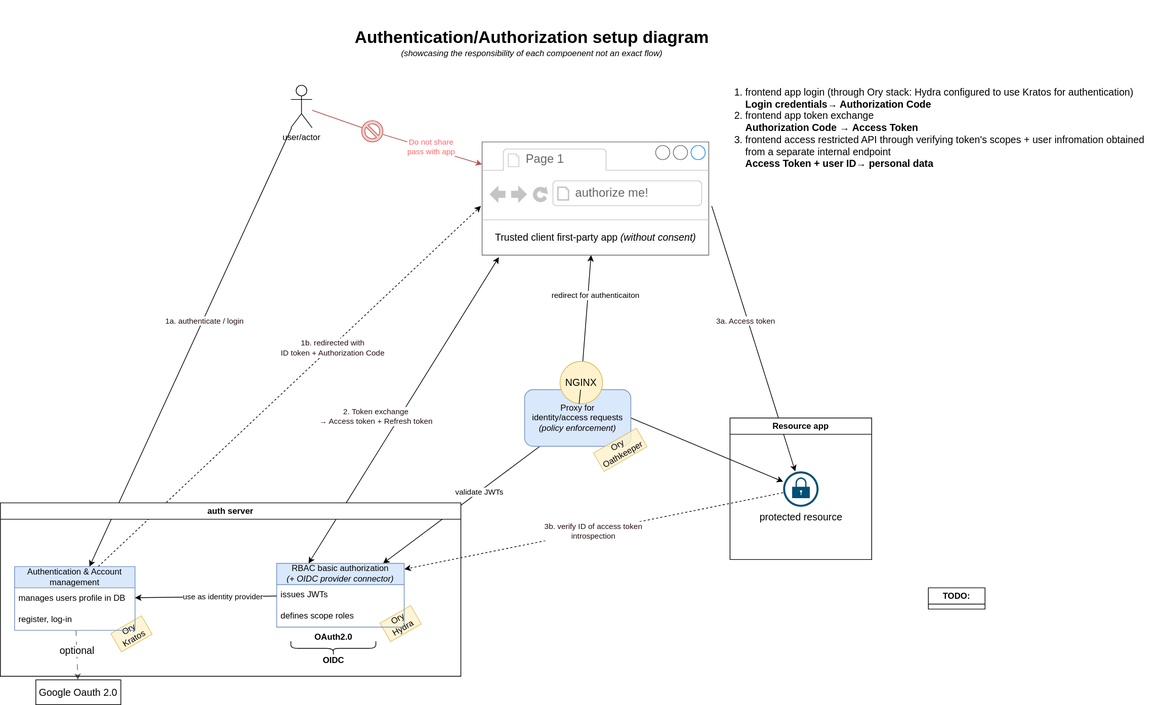
The draw.io diagram docs/OIDC.drawio.svg in szn-app/donation-web-platform, before a commit. Source tidied: cells renumbered, new cells last; positions are measured from the earlier drawing's top-left corner, leaving out a move shared by most shapes.
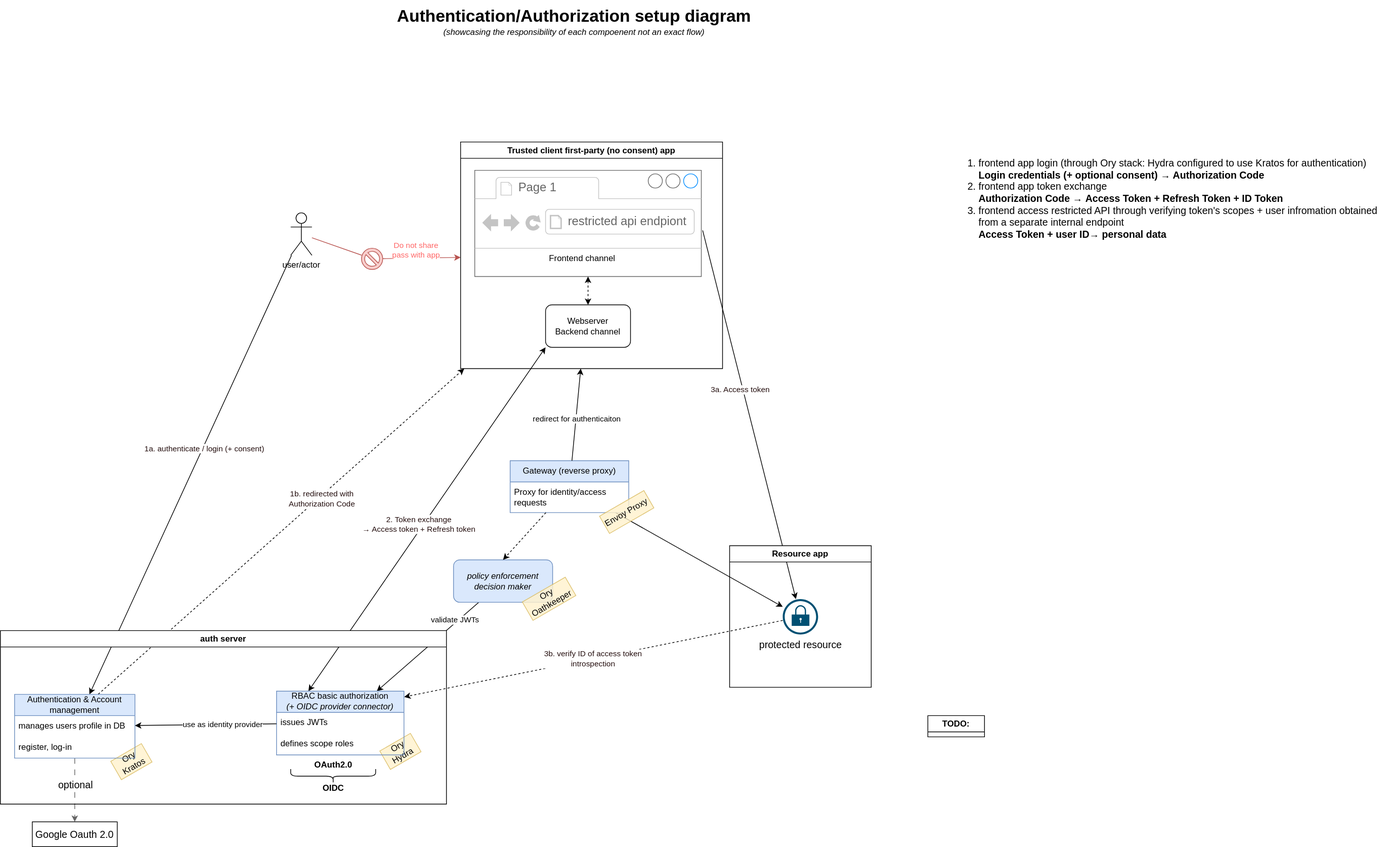
After the commit.

Commit message:
docs: diagram for Envoy Proxy with Hydra as decision maker

The edit, as a diff of the source:
```diff
@@ -6,17 +6,11 @@
       <mxGeometry relative="1" as="geometry" />
     </mxCell>
     <mxCell id="3" value="validate JWTs" style="edgeLabel;html=1;align=center;verticalAlign=middle;" parent="2" vertex="1">
-      <mxGeometry x="-0.22" relative="1" as="geometry" />
+      <mxGeometry x="-0.22" relative="1" as="geometry">
+        <mxPoint x="22" y="-25" as="offset" />
+      </mxGeometry>
     </mxCell>
-    <mxCell id="4" style="edgeStyle=none;html=1;startArrow=none;" parent="1" edge="1" source="32" target="17">
-      <mxGeometry relative="1" as="geometry" />
-    </mxCell>
-    <mxCell id="5" value="redirect for authenticaiton" style="edgeLabel;html=1;align=center;verticalAlign=middle;" parent="4" vertex="1">
-      <mxGeometry x="0.24" y="-2" relative="1" as="geometry">
-        <mxPoint x="8" y="-1" as="offset" />
-      </mxGeometry>
-    </mxCell>
-    <mxCell id="6" style="edgeStyle=none;html=1;fontSize=14;exitX=1;exitY=0.5;exitDx=0;exitDy=0;" parent="1" edge="1" source="30" target="54">
+    <mxCell id="6" style="edgeStyle=none;html=1;fontSize=14;" parent="1" edge="1" source="62" target="54">
       <mxGeometry relative="1" as="geometry" />
     </mxCell>
     <mxCell id="7" value="TODO:" style="swimlane;whiteSpace=wrap;html=1;" parent="1" vertex="1" collapsed="1">
@@ -28,7 +22,7 @@
     <mxCell id="9" value="optional" style="edgeLabel;html=1;align=center;verticalAlign=middle;fontSize=14;" parent="8" vertex="1">
       <mxGeometry x="-0.18" relative="1" as="geometry" />
     </mxCell>
-    <mxCell id="10" style="edgeStyle=none;html=1;fontSize=14;fontColor=#FF6666;fillColor=#f8cecc;strokeColor=#b85450;startArrow=none;" parent="1" edge="1" source="35" target="17">
+    <mxCell id="10" style="edgeStyle=none;html=1;fontSize=14;fontColor=#FF6666;fillColor=#f8cecc;strokeColor=#b85450;startArrow=none;" parent="1" edge="1" source="35" target="56">
       <mxGeometry relative="1" as="geometry" />
     </mxCell>
     <mxCell id="11" value="Do not share &lt;br&gt;pass with app" style="edgeLabel;html=1;align=center;verticalAlign=middle;fontColor=#FF6666;" parent="10" vertex="1">
@@ -39,73 +33,58 @@
     <mxCell id="12" style="edgeStyle=none;html=1;fontColor=#FF6666;" parent="1" edge="1" source="14" target="39">
       <mxGeometry relative="1" as="geometry" />
     </mxCell>
-    <mxCell id="13" value="&lt;font color=&quot;#240e0e&quot;&gt;1a. authenticate / login&lt;/font&gt;" style="edgeLabel;html=1;align=center;verticalAlign=middle;fontColor=#FF6666;" parent="12" vertex="1">
+    <mxCell id="13" value="&lt;font color=&quot;#240e0e&quot;&gt;1a. authenticate / login (+ consent)&lt;/font&gt;" style="edgeLabel;html=1;align=center;verticalAlign=middle;fontColor=#FF6666;" parent="12" vertex="1">
       <mxGeometry x="-0.12" y="1" relative="1" as="geometry" />
     </mxCell>
     <mxCell id="14" value="user/actor" style="shape=umlActor;verticalLabelPosition=bottom;verticalAlign=top;html=1;outlineConnect=0;" parent="1" vertex="1">
       <mxGeometry x="410" y="120" width="30" height="60" as="geometry" />
     </mxCell>
     <mxCell id="15" value="&lt;b&gt;&lt;font style=&quot;font-size: 24px;&quot;&gt;Authentication/Authorization setup diagram&lt;/font&gt;&lt;/b&gt; &lt;br&gt;&lt;i&gt;(showcasing the responsibility of each compoenent not an exact flow)&lt;/i&gt;" style="text;html=1;align=center;verticalAlign=middle;strokeColor=none;fillColor=none;" parent="1" vertex="1">
-      <mxGeometry x="490" y="30" width="520" height="60" as="geometry" />
+      <mxGeometry x="550" y="-180" width="520" height="60" as="geometry" />
     </mxCell>
     <mxCell id="16" value="Google Oauth 2.0" style="rounded=0;whiteSpace=wrap;html=1;fontSize=14;" parent="1" vertex="1">
-      <mxGeometry x="50" y="960" width="120" height="35" as="geometry" />
+      <mxGeometry x="45" y="980" width="120" height="35" as="geometry" />
     </mxCell>
-    <mxCell id="17" style="strokeWidth=1;shadow=0;dashed=0;align=center;html=1;shape=mxgraph.mockup.containers.browserWindow;rSize=0;strokeColor=#666666;strokeColor2=#008cff;strokeColor3=#c4c4c4;mainText=,;fontSize=14;" parent="1" vertex="1">
-      <mxGeometry x="680" y="200" width="320" height="160" as="geometry" />
-    </mxCell>
-    <mxCell id="18" value="Page 1" style="strokeWidth=1;shadow=0;dashed=0;align=center;html=1;shape=mxgraph.mockup.containers.anchor;fontSize=17;fontColor=#666666;align=left;" parent="17" vertex="1">
-      <mxGeometry x="60" y="12" width="110" height="26" as="geometry" />
-    </mxCell>
-    <mxCell id="19" value="authorize me!" style="strokeWidth=1;shadow=0;dashed=0;align=center;html=1;shape=mxgraph.mockup.containers.anchor;rSize=0;fontSize=17;fontColor=#666666;align=left;" parent="17" vertex="1">
-      <mxGeometry x="130" y="60" width="190" height="26" as="geometry" />
-    </mxCell>
-    <mxCell id="20" value="&lt;span style=&quot;color: rgb(0, 0, 0); font-family: Helvetica; font-size: 14px; font-style: normal; font-variant-ligatures: normal; font-variant-caps: normal; font-weight: 400; letter-spacing: normal; orphans: 2; text-align: center; text-indent: 0px; text-transform: none; widows: 2; word-spacing: 0px; -webkit-text-stroke-width: 0px; background-color: rgb(251, 251, 251); text-decoration-thickness: initial; text-decoration-style: initial; text-decoration-color: initial; float: none; display: inline !important;&quot;&gt;Trusted client first-party app &lt;/span&gt;&lt;span style=&quot;color: rgb(0, 0, 0); font-family: Helvetica; font-size: 14px; font-variant-ligatures: normal; font-variant-caps: normal; font-weight: 400; letter-spacing: normal; orphans: 2; text-align: center; text-indent: 0px; text-transform: none; widows: 2; word-spacing: 0px; -webkit-text-stroke-width: 0px; background-color: rgb(251, 251, 251); text-decoration-thickness: initial; text-decoration-style: initial; text-decoration-color: initial; float: none; display: inline !important;&quot;&gt;&lt;i&gt;(without consent)&lt;/i&gt;&lt;/span&gt;" style="text;html=1;align=center;verticalAlign=middle;strokeColor=none;fillColor=none;fontSize=14;" parent="17" vertex="1">
-      <mxGeometry x="5" y="120" width="310" height="30" as="geometry" />
-    </mxCell>
     <mxCell id="21" value="3b. verify ID of access token&lt;br&gt;introspection" style="html=1;fontColor=#240E0E;startArrow=none;startFill=0;entryX=1.002;entryY=0.09;entryDx=0;entryDy=0;entryPerimeter=0;dashed=1;" parent="1" edge="1" source="54" target="45">
       <mxGeometry relative="1" as="geometry" />
     </mxCell>
-    <mxCell id="22" value="&lt;ol&gt;&lt;li&gt;frontend app login (through Ory stack: Hydra configured to use Kratos for authentication)&amp;nbsp;&amp;nbsp;&lt;br&gt;&lt;b&gt;Login credentials→ Authorization Code&lt;/b&gt;&lt;br&gt;&lt;/li&gt;&lt;li&gt;frontend app token exchange&lt;br&gt;&lt;b&gt;Authorization Code&amp;nbsp;→&amp;nbsp;Access Token&lt;/b&gt;&lt;br&gt;&lt;/li&gt;&lt;li&gt;frontend access restricted API through verifying token's scopes + user infromation obtained from a separate internal endpoint&lt;br&gt;&lt;b&gt;Access Token + user ID→ personal data&lt;/b&gt;&lt;/li&gt;&lt;/ol&gt;" style="text;strokeColor=none;fillColor=none;html=1;whiteSpace=wrap;verticalAlign=middle;overflow=hidden;rounded=1;shadow=0;glass=0;sketch=0;fontSize=14;" parent="1" vertex="1">
-      <mxGeometry x="1010" width="625" height="360" as="geometry" />
+    <mxCell id="22" value="&lt;ol&gt;&lt;li&gt;frontend app login (through Ory stack: Hydra configured to use Kratos for authentication)&amp;nbsp;&amp;nbsp;&lt;br&gt;&lt;b&gt;Login credentials (+ optional consent) → Authorization Code&lt;/b&gt;&lt;br&gt;&lt;/li&gt;&lt;li&gt;frontend app token exchange&lt;br&gt;&lt;b&gt;Authorization Code&amp;nbsp;→&amp;nbsp;Access Token + Refresh Token + ID Token&lt;/b&gt;&lt;br&gt;&lt;/li&gt;&lt;li&gt;frontend access restricted API through verifying token's scopes + user infromation obtained from a separate internal endpoint&lt;br&gt;&lt;b&gt;Access Token + user ID→ personal data&lt;/b&gt;&lt;/li&gt;&lt;/ol&gt;" style="text;strokeColor=none;fillColor=none;html=1;whiteSpace=wrap;verticalAlign=middle;overflow=hidden;rounded=1;shadow=0;glass=0;sketch=0;fontSize=14;" parent="1" vertex="1">
+      <mxGeometry x="1340" y="-80" width="625" height="360" as="geometry" />
     </mxCell>
-    <mxCell id="23" style="endArrow=classic;html=1;fontColor=#240E0E;entryX=-0.005;entryY=0.566;entryDx=0;entryDy=0;entryPerimeter=0;exitX=0.695;exitY=-0.002;exitDx=0;exitDy=0;exitPerimeter=0;dashed=1;" parent="1" edge="1" source="39" target="17">
+    <mxCell id="23" style="endArrow=classic;html=1;fontColor=#240E0E;exitX=0.695;exitY=-0.002;exitDx=0;exitDy=0;exitPerimeter=0;dashed=1;" parent="1" edge="1" source="39" target="56">
       <mxGeometry relative="1" as="geometry" />
     </mxCell>
-    <mxCell id="24" value="1b. redirected with&amp;nbsp;&lt;br&gt;ID token + Authorization Code" style="edgeLabel;html=1;align=center;verticalAlign=middle;fontColor=#240E0E;" parent="23" vertex="1">
+    <mxCell id="24" value="1b. redirected with&amp;nbsp;&lt;br&gt;Authorization Code" style="edgeLabel;html=1;align=center;verticalAlign=middle;fontColor=#240E0E;" parent="23" vertex="1">
       <mxGeometry x="0.33" relative="1" as="geometry">
         <mxPoint x="-28" y="29" as="offset" />
       </mxGeometry>
     </mxCell>
-    <mxCell id="25" style="endArrow=classic;html=1;fontColor=#240E0E;exitX=0.074;exitY=1.018;exitDx=0;exitDy=0;exitPerimeter=0;entryX=0.25;entryY=0;entryDx=0;entryDy=0;startArrow=classic;startFill=1;" parent="1" edge="1" source="17" target="45">
+    <mxCell id="25" style="endArrow=classic;html=1;fontColor=#240E0E;entryX=0.25;entryY=0;entryDx=0;entryDy=0;startArrow=classic;startFill=1;exitX=0;exitY=1;exitDx=0;exitDy=0;" parent="1" edge="1" source="59" target="45">
       <mxGeometry relative="1" as="geometry" />
     </mxCell>
     <mxCell id="26" value="2. Token exchange&lt;br&gt;→ Access token + Refresh token" style="edgeLabel;html=1;align=center;verticalAlign=middle;fontColor=#240E0E;" parent="25" vertex="1">
       <mxGeometry x="0.33" relative="1" as="geometry">
-        <mxPoint x="4" y="-63" as="offset" />
+        <mxPoint x="43" y="-73" as="offset" />
       </mxGeometry>
     </mxCell>
-    <mxCell id="27" style="endArrow=classic;html=1;fontColor=#240E0E;curved=1;exitX=1.013;exitY=0.566;exitDx=0;exitDy=0;exitPerimeter=0;" parent="1" edge="1" source="17" target="54">
+    <mxCell id="27" style="endArrow=classic;html=1;fontColor=#240E0E;curved=1;exitX=1.006;exitY=0.566;exitDx=0;exitDy=0;exitPerimeter=0;" parent="1" edge="1" source="17" target="54">
       <mxGeometry relative="1" as="geometry" />
     </mxCell>
     <mxCell id="28" value="3a. Access token" style="edgeLabel;html=1;align=center;verticalAlign=middle;fontColor=#240E0E;" parent="27" vertex="1">
       <mxGeometry x="-0.14" y="-4" relative="1" as="geometry" />
     </mxCell>
     <mxCell id="29" style="group;" parent="1" vertex="1">
-      <mxGeometry x="740" y="510" width="172.8" height="155.5" as="geometry" />
+      <mxGeometry x="640" y="600" width="176" height="155.5" as="geometry" />
     </mxCell>
+    <mxCell id="55" style="group;" parent="29" vertex="1">
+      <mxGeometry y="10" width="172.8" height="85.5" as="geometry" />
+    </mxCell>
-    <mxCell id="30" value="Proxy for &lt;br&gt;identity/access requests&lt;br&gt;&lt;i&gt;(policy enforcement)&lt;/i&gt;" style="rounded=1;whiteSpace=wrap;html=1;glass=0;shadow=0;fillColor=#dae8fc;strokeColor=#6c8ebf;" parent="29" vertex="1">
-      <mxGeometry y="40" width="150" height="80" as="geometry" />
+    <mxCell id="30" value="&lt;i style=&quot;border-color: var(--border-color);&quot;&gt;policy enforcement decision maker&lt;/i&gt;" style="rounded=1;whiteSpace=wrap;html=1;glass=0;shadow=0;fillColor=#dae8fc;strokeColor=#6c8ebf;" parent="55" vertex="1">
+      <mxGeometry width="140" height="60" as="geometry" />
     </mxCell>
-    <mxCell id="31" value="&lt;span style=&quot;color: rgb(2, 2, 3);&quot;&gt;Ory Oathkeeper&lt;br&gt;&lt;/span&gt;" style="text;html=1;fillColor=#fff2cc;align=center;verticalAlign=middle;whiteSpace=wrap;rounded=0;rotation=-30;strokeColor=#d6b656;glass=0;fillOpacity=100;strokeOpacity=100;opacity=80;arcSize=12;" parent="29" vertex="1">
-      <mxGeometry x="100" y="110" width="70" height="30" as="geometry" />
+    <mxCell id="31" value="&lt;span style=&quot;color: rgb(2, 2, 3);&quot;&gt;Ory Oathkeeper&lt;br&gt;&lt;/span&gt;" style="text;html=1;fillColor=#fff2cc;align=center;verticalAlign=middle;whiteSpace=wrap;rounded=0;rotation=-30;strokeColor=#d6b656;glass=0;fillOpacity=100;strokeOpacity=100;opacity=80;arcSize=12;" parent="55" vertex="1">
+      <mxGeometry x="100" y="40" width="70" height="30" as="geometry" />
     </mxCell>
-    <mxCell id="32" value="NGINX" style="ellipse;whiteSpace=wrap;html=1;rounded=1;shadow=0;glass=0;sketch=0;fontSize=14;fillColor=#fff2cc;strokeColor=#d6b656;" parent="29" vertex="1">
-      <mxGeometry x="50" width="60" height="60" as="geometry" />
-    </mxCell>
-    <mxCell id="33" style="edgeStyle=none;html=1;endArrow=none;" parent="29" edge="1" source="30" target="32">
-      <mxGeometry relative="1" as="geometry" />
-    </mxCell>
     <mxCell id="34" style="edgeStyle=none;html=1;fontSize=14;fontColor=#FF6666;fillColor=#f8cecc;strokeColor=#b85450;endArrow=none;" parent="1" edge="1" source="14" target="35">
       <mxGeometry relative="1" as="geometry" />
     </mxCell>
@@ -113,7 +92,7 @@
       <mxGeometry x="510" y="170" width="30" height="30" as="geometry" />
     </mxCell>
     <mxCell id="36" value="auth server" style="swimlane;whiteSpace=wrap;html=1;" parent="1" vertex="1">
-      <mxGeometry y="710" width="650" height="245" as="geometry" />
+      <mxGeometry y="710" width="630" height="245" as="geometry" />
     </mxCell>
     <mxCell id="37" style="group;" parent="36" vertex="1">
       <mxGeometry x="20" y="60" width="194.2" height="150.5" as="geometry" />
@@ -169,5 +148,54 @@
     <mxCell id="54" value="protected resource" style="sketch=0;points=[[0.5,0,0],[1,0.5,0],[0.5,1,0],[0,0.5,0],[0.145,0.145,0],[0.8555,0.145,0],[0.855,0.8555,0],[0.145,0.855,0]];verticalLabelPosition=bottom;html=1;verticalAlign=top;align=center;shape=mxgraph.cisco19.lock;fillColor=#005073;strokeColor=none;fontSize=14;" parent="53" vertex="1">
       <mxGeometry x="75" y="75.5" width="50" height="50" as="geometry" />
     </mxCell>
+    <mxCell id="56" value="Trusted client first-party (no consent) app" style="swimlane;" parent="1" vertex="1">
+      <mxGeometry x="650" y="20" width="370" height="320" as="geometry" />
+    </mxCell>
+    <mxCell id="17" style="strokeWidth=1;shadow=0;dashed=0;align=center;html=1;shape=mxgraph.mockup.containers.browserWindow;rSize=0;strokeColor=#666666;strokeColor2=#008cff;strokeColor3=#c4c4c4;mainText=,;fontSize=14;" parent="56" vertex="1">
+      <mxGeometry x="20" y="40" width="320" height="150" as="geometry" />
+    </mxCell>
+    <mxCell id="18" value="Page 1" style="strokeWidth=1;shadow=0;dashed=0;align=center;html=1;shape=mxgraph.mockup.containers.anchor;fontSize=17;fontColor=#666666;align=left;" parent="17" vertex="1">
+      <mxGeometry x="60" y="12" width="110" height="26" as="geometry" />
+    </mxCell>
+    <mxCell id="19" value="restricted api endpiont" style="strokeWidth=1;shadow=0;dashed=0;align=center;html=1;shape=mxgraph.mockup.containers.anchor;rSize=0;fontSize=17;fontColor=#666666;align=left;" parent="17" vertex="1">
+      <mxGeometry x="130" y="60" width="190" height="26" as="geometry" />
+    </mxCell>
+    <mxCell id="57" value="Frontend channel" style="text;html=1;strokeColor=none;fillColor=none;align=center;verticalAlign=middle;whiteSpace=wrap;rounded=0;" parent="17" vertex="1">
+      <mxGeometry x="73.6" y="110" width="156.4" height="30" as="geometry" />
+    </mxCell>
+    <mxCell id="58" style="edgeStyle=none;html=1;startArrow=classic;startFill=1;dashed=1;" parent="56" edge="1" source="59">
+      <mxGeometry relative="1" as="geometry">
+        <mxPoint x="180" y="190" as="targetPoint" />
+      </mxGeometry>
+    </mxCell>
+    <mxCell id="59" value="Webserver&lt;br&gt;Backend channel" style="rounded=1;whiteSpace=wrap;html=1;" parent="56" vertex="1">
+      <mxGeometry x="120" y="230" width="120" height="60" as="geometry" />
+    </mxCell>
+    <mxCell id="60" style="group;" parent="1" vertex="1">
+      <mxGeometry x="720" y="470" width="200.8" height="86.6" as="geometry" />
+    </mxCell>
+    <mxCell id="61" style="group;" parent="60" vertex="1">
+      <mxGeometry width="167.5" height="70" as="geometry" />
+    </mxCell>
+    <mxCell id="62" value="Gateway (reverse proxy)" style="swimlane;fontStyle=0;horizontal=1;startSize=30;whiteSpace=wrap;html=1;fillColor=#dae8fc;strokeColor=#6c8ebf;" parent="61" vertex="1">
+      <mxGeometry width="167.5" height="73.3" as="geometry" />
+    </mxCell>
+    <mxCell id="63" value="Proxy for identity/access requests" style="text;strokeColor=none;fillColor=none;align=left;verticalAlign=middle;spacingLeft=4;spacingRight=4;overflow=hidden;whiteSpace=wrap;html=1;" parent="62" vertex="1">
+      <mxGeometry y="30" width="167.5" height="43.3" as="geometry" />
+    </mxCell>
+    <mxCell id="64" value="&lt;span style=&quot;color: rgb(2, 2, 3);&quot;&gt;Envoy Proxy&lt;/span&gt;" style="text;html=1;fillColor=#fff2cc;align=center;verticalAlign=middle;whiteSpace=wrap;rounded=0;rotation=-30;strokeColor=#d6b656;glass=0;fillOpacity=100;strokeOpacity=100;opacity=80;arcSize=12;" parent="60" vertex="1">
+      <mxGeometry x="128.4" y="58.4" width="72.3" height="28.2" as="geometry" />
+    </mxCell>
+    <mxCell id="65" style="edgeStyle=none;html=1;startArrow=none;startFill=0;" parent="1" edge="1" source="62" target="56">
+      <mxGeometry relative="1" as="geometry" />
+    </mxCell>
+    <mxCell id="5" value="redirect for authenticaiton" style="edgeLabel;html=1;align=center;verticalAlign=middle;" parent="65" vertex="1">
+      <mxGeometry x="-0.38" y="1" relative="1" as="geometry">
+        <mxPoint x="3" y="-19" as="offset" />
+      </mxGeometry>
+    </mxCell>
+    <mxCell id="66" style="edgeStyle=none;html=1;startArrow=none;startFill=0;dashed=1;entryX=0.5;entryY=0;entryDx=0;entryDy=0;" parent="1" edge="1" source="62" target="30">
+      <mxGeometry relative="1" as="geometry" />
+    </mxCell>
   </root>
 </mxGraphModel>
```
